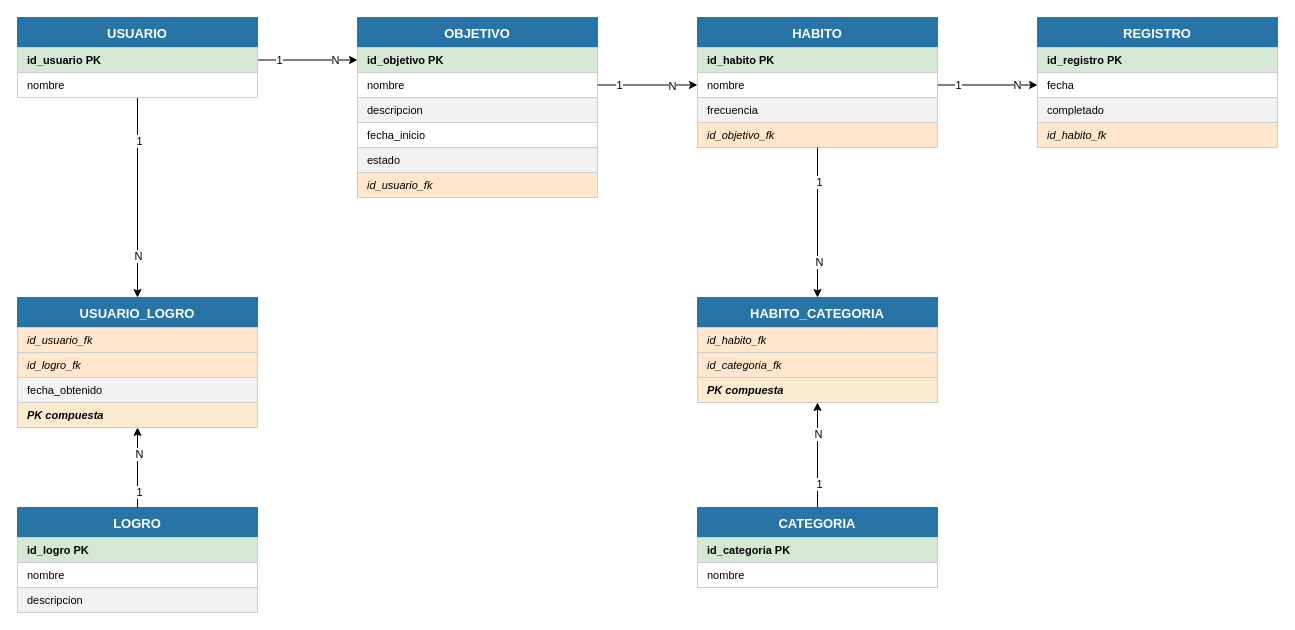
This is docs/diagrams/Modelo relacional EvolUp.drawio from tordan21/EvolUp, a draw.io file, before an edit. Source tidied: cells renumbered, new cells numbered last; positions are measured from the earlier drawing's top-left corner, leaving out a move shared by most shapes. Both pictures are drawn from the tidied source at 100%, with x=0, y=0 at pixel (17, 17).
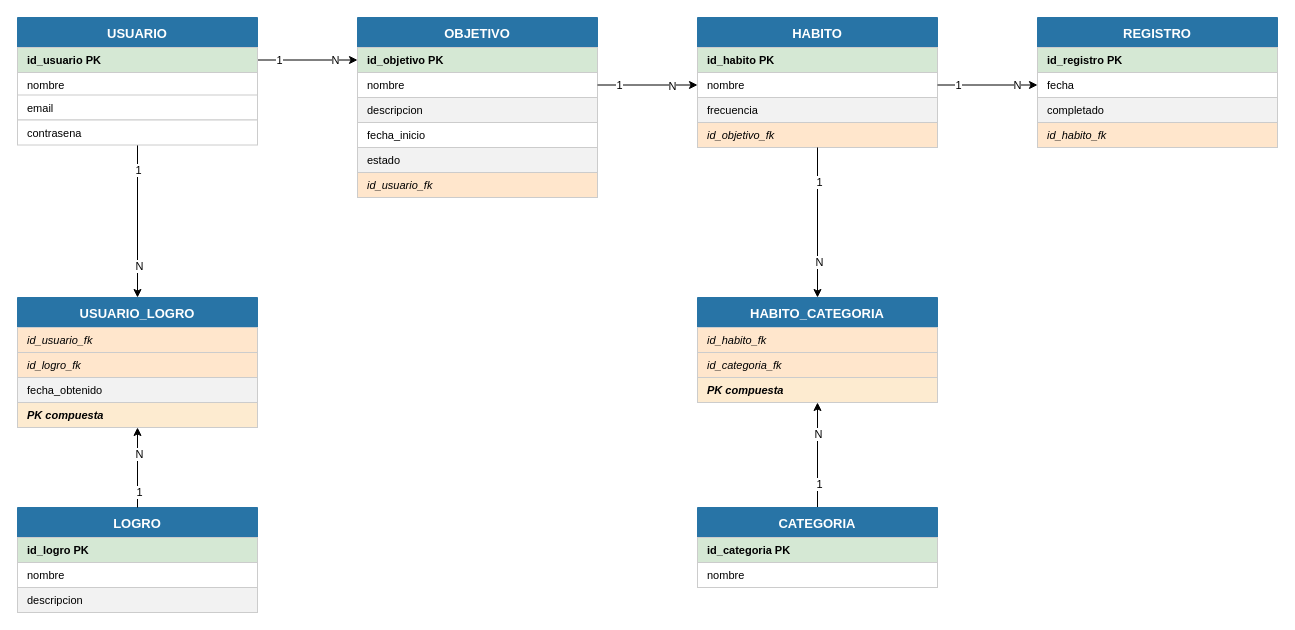
The same page after the edit.

Commit message (it also covers changes not shown here):
Docs: añadidos atributos email y contrasena a entidad Usuario en E/R y modelo relacional

The change refers to these unchanged cells:
```xml
<mxCell id="8" value="USUARIO" style="swimlane;fontStyle=1;fontSize=13;fillColor=#2874A6;fontColor=#ffffff;strokeColor=#2874A6;startSize=30;" parent="1" vertex="1">
  <mxGeometry width="240" height="80" as="geometry" />
</mxCell>
<mxCell id="28" value="USUARIO_LOGRO" style="swimlane;fontStyle=1;fontSize=13;fillColor=#2874A6;fontColor=#ffffff;strokeColor=#2874A6;startSize=30;" parent="1" vertex="1">
  <mxGeometry y="280" width="240" height="130" as="geometry" />
</mxCell>
```

Diff of the diagram source:
```diff
@@
-    <mxCell id="2" style="edgeStyle=orthogonalEdgeStyle;rounded=0;jettySize=auto;html=1;" parent="1" edge="1" source="8" target="28">
-      <mxGeometry relative="1" as="geometry" />
-    </mxCell>
-    <mxCell id="3" value="1" style="edgeLabel;html=1;align=center;verticalAlign=middle;" parent="2" vertex="1">
-      <mxGeometry x="-0.57" y="1" relative="1" as="geometry" />
-    </mxCell>
-    <mxCell id="4" value="N" style="edgeLabel;html=1;align=center;verticalAlign=middle;" parent="2" vertex="1">
-      <mxGeometry x="0.58" relative="1" as="geometry" />
-    </mxCell>
@@
+    <mxCell id="59" value="email" style="text;strokeColor=#cccccc;fillColor=#ffffff;align=left;verticalAlign=middle;spacingLeft=8;fontSize=11;fontColor=#000000;" parent="1" vertex="1">
+      <mxGeometry y="77.5" width="240" height="25" as="geometry" />
+    </mxCell>
+    <mxCell id="60" style="edgeStyle=orthogonalEdgeStyle;rounded=0;jettySize=auto;html=1;entryX=0.5;entryY=0;entryDx=0;entryDy=0;" parent="1" edge="1" source="61" target="28">
+      <mxGeometry relative="1" as="geometry" />
+    </mxCell>
+    <mxCell id="3" value="1" style="edgeLabel;html=1;align=center;verticalAlign=middle;" parent="60" vertex="1">
+      <mxGeometry x="-0.68" relative="1" as="geometry">
+        <mxPoint y="1" as="offset" />
+      </mxGeometry>
+    </mxCell>
+    <mxCell id="4" value="N" style="edgeLabel;html=1;align=center;verticalAlign=middle;" parent="60" vertex="1">
+      <mxGeometry x="0.58" y="1" relative="1" as="geometry">
+        <mxPoint y="1" as="offset" />
+      </mxGeometry>
+    </mxCell>
+    <mxCell id="61" value="contrasena" style="text;strokeColor=#cccccc;fillColor=#ffffff;align=left;verticalAlign=middle;spacingLeft=8;fontSize=11;fontColor=#000000;" parent="1" vertex="1">
+      <mxGeometry y="102.5" width="240" height="25" as="geometry" />
+    </mxCell>
```
